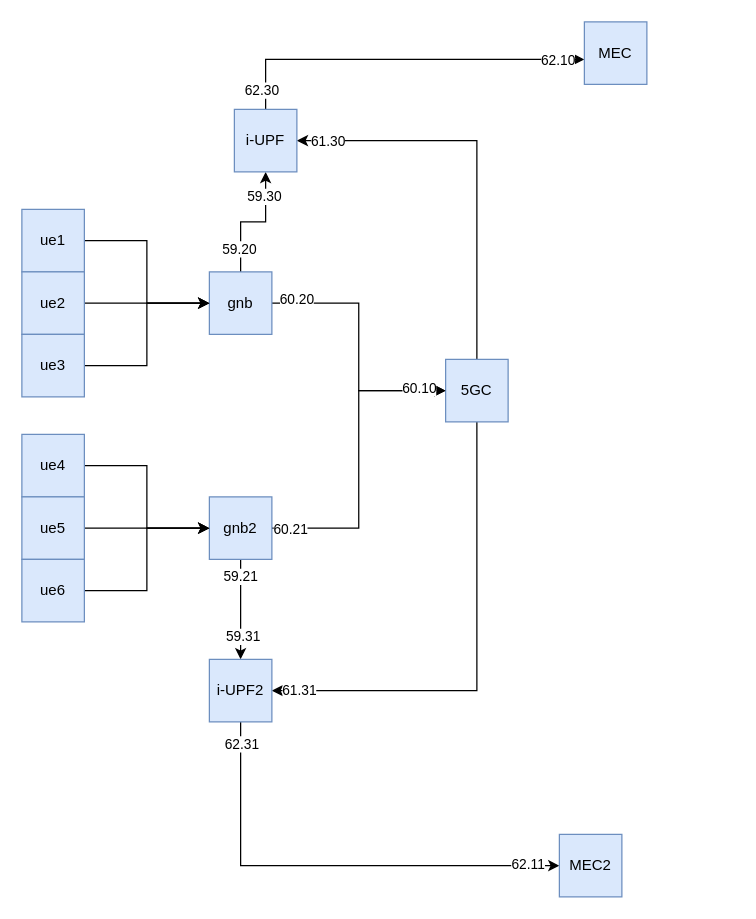
This is 未命名绘图.drawio from 278100598/1078, a draw.io file, before an edit. Source tidied: cells renumbered, new cells numbered last; positions are measured from the earlier drawing's top-left corner, leaving out a move shared by most shapes. Both pictures are drawn from the tidied source at 125%, with x=0, y=0 at pixel (21, 21).
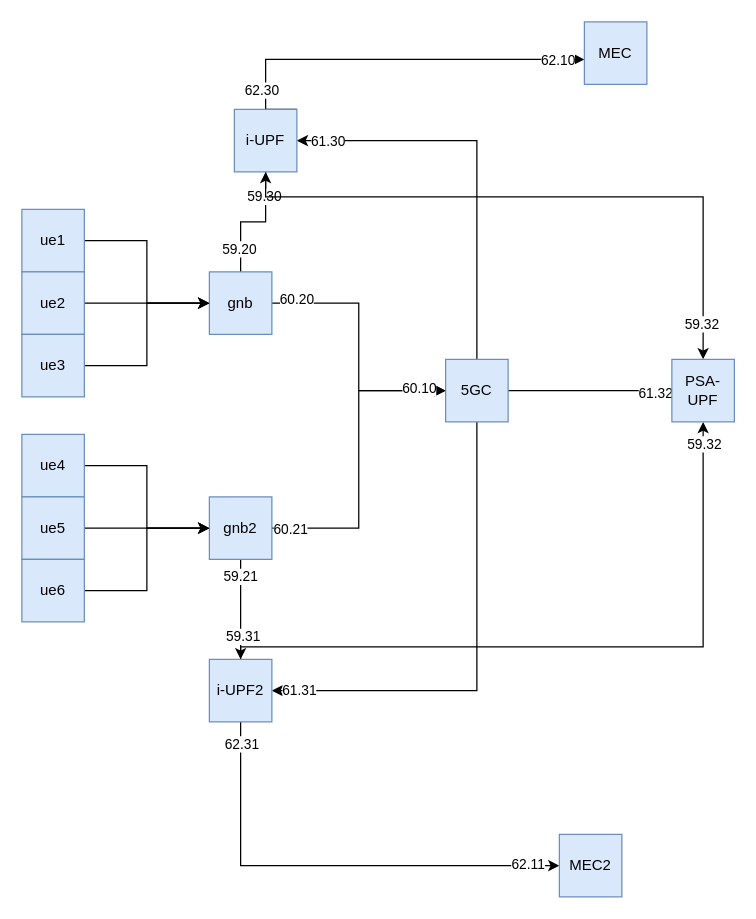
The same diagram, later.

Commit message (it also covers changes not shown here):
更新未命名绘图.drawio

The change refers to these unchanged cells:
```xml
<mxCell id="18" value="5GC" style="whiteSpace=wrap;html=1;fillColor=#dae8fc;strokeColor=#6c8ebf;" parent="1" vertex="1">
  <mxGeometry x="339" y="270" width="50" height="50" as="geometry" />
</mxCell>
<mxCell id="22" value="i-UPF" style="whiteSpace=wrap;html=1;fillColor=#dae8fc;strokeColor=#6c8ebf;" parent="1" vertex="1">
  <mxGeometry x="170" y="70" width="50" height="50" as="geometry" />
</mxCell>
<mxCell id="39" value="i-UPF2" style="whiteSpace=wrap;html=1;fillColor=#dae8fc;strokeColor=#6c8ebf;" parent="1" vertex="1">
  <mxGeometry x="150" y="510" width="50" height="50" as="geometry" />
</mxCell>
```

The edit, as a diff of the source:
```diff
@@
+    <mxCell id="42" style="edgeStyle=orthogonalEdgeStyle;rounded=0;jettySize=auto;html=1;entryX=0;entryY=0.5;entryDx=0;entryDy=0;" parent="1" edge="1" source="18" target="48">
+      <mxGeometry relative="1" as="geometry" />
+    </mxCell>
+    <mxCell id="43" value="61.32" style="edgeLabel;html=1;align=center;verticalAlign=middle;" parent="42" vertex="1">
+      <mxGeometry x="0.79" y="-1" relative="1" as="geometry" />
+    </mxCell>
@@
+    <mxCell id="44" style="edgeStyle=orthogonalEdgeStyle;rounded=0;jettySize=auto;html=1;exitX=1;exitY=0;exitDx=0;exitDy=0;entryX=0.5;entryY=0;entryDx=0;entryDy=0;" parent="1" edge="1" source="22" target="48">
+      <mxGeometry relative="1" as="geometry">
+        <Array as="points">
+          <mxPoint x="195" y="70" />
+          <mxPoint x="195" y="140" />
+          <mxPoint x="545" y="140" />
+        </Array>
+      </mxGeometry>
+    </mxCell>
+    <mxCell id="45" value="59.32" style="edgeLabel;html=1;align=center;verticalAlign=middle;" parent="44" vertex="1">
+      <mxGeometry x="0.9" y="-2" relative="1" as="geometry" />
+    </mxCell>
@@
+    <mxCell id="46" style="edgeStyle=orthogonalEdgeStyle;rounded=0;jettySize=auto;html=1;" parent="1" edge="1" source="39" target="48">
+      <mxGeometry relative="1" as="geometry">
+        <Array as="points">
+          <mxPoint x="175" y="500" />
+          <mxPoint x="545" y="500" />
+        </Array>
+      </mxGeometry>
+    </mxCell>
+    <mxCell id="47" value="59.32" style="edgeLabel;html=1;align=center;verticalAlign=middle;" parent="46" vertex="1">
+      <mxGeometry x="0.94" relative="1" as="geometry" />
+    </mxCell>
@@
+    <mxCell id="48" value="PSA-UPF" style="whiteSpace=wrap;html=1;fillColor=#dae8fc;strokeColor=#6c8ebf;" parent="1" vertex="1">
+      <mxGeometry x="520" y="270" width="50" height="50" as="geometry" />
+    </mxCell>
```
